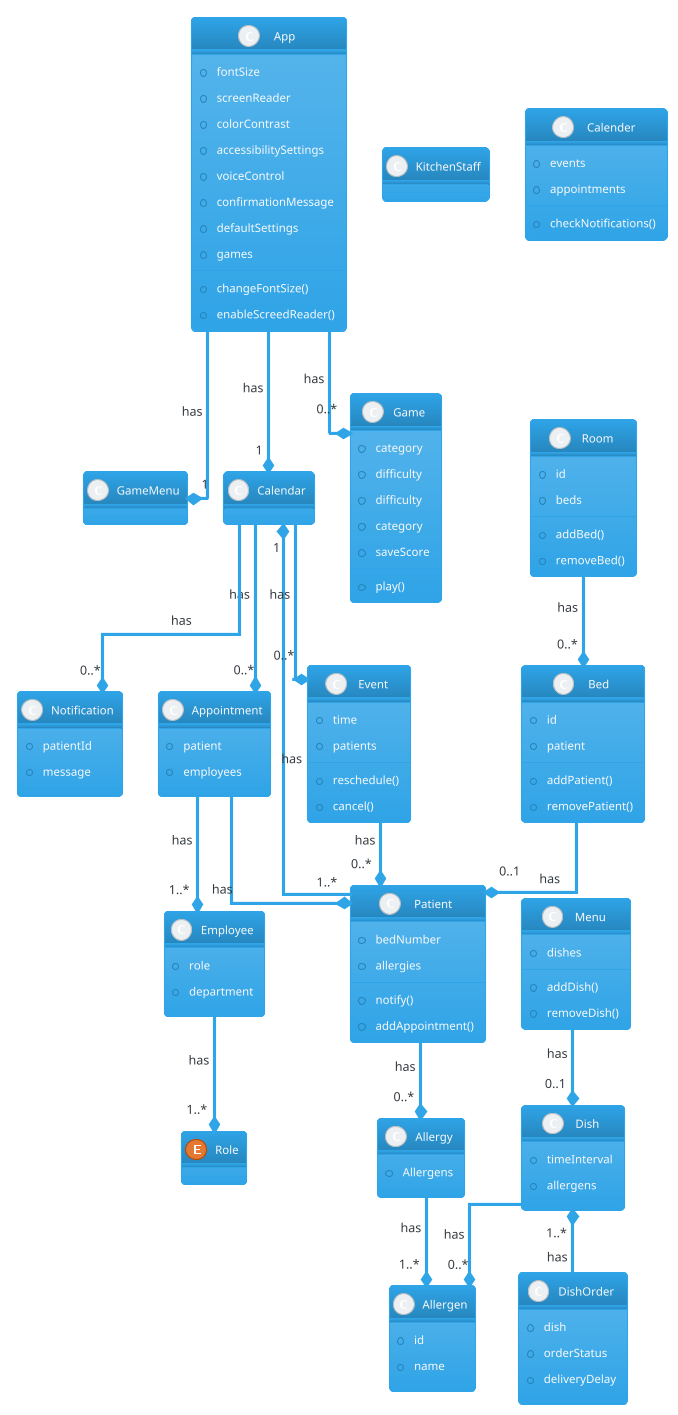
Above: puml/class-diagram.png in Oskar123456/SYSDAT-F25-TEAM-G (PlantUML), before the change.
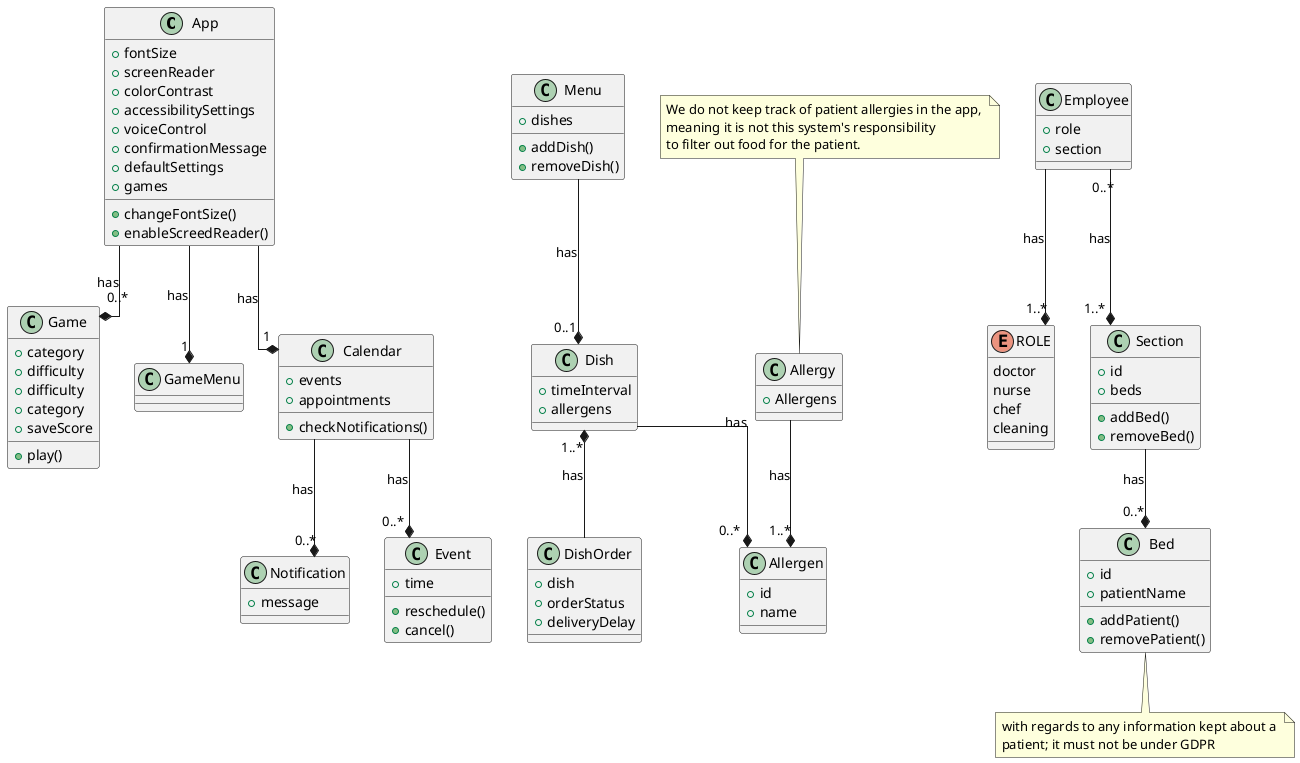
The same diagram one commit later.

The edit, as a diff of the source:
```diff
@@ -1,5 +1,4 @@
 @startuml
-!theme cerulean
 skinparam linetype ortho
 
 class App {
@@ -13,13 +12,6 @@
     +games
     +changeFontSize()
     +enableScreedReader()
-}
-
-class Patient {
-    +bedNumber
-    +allergies
-    +notify()
-    +addAppointment()
 }
 
 class Menu {
@@ -42,6 +34,11 @@
 class Allergy {
     +Allergens
 }
+note top of Allergy
+We do not keep track of patient allergies in the app,
+meaning it is not this system's responsibility
+to filter out food for the patient.
+end note
 
 class Allergen {
     +id
@@ -63,15 +60,11 @@
     +saveScore
 }
 
-class KitchenStaff {
-}
-
 class Notification {
-    +patientId
     +message
 }
 
-class Calender {
+class Calendar {
     +events
     +appointments
     +checkNotifications()
@@ -79,22 +72,23 @@
 
 class Event {
     +time
-    +patients
     +reschedule()
     +cancel()
 }
 
-class Appointment {
-    +patient
-    +employees
+class Employee {
+    +role
+    +section
 }
 
-class Employee {
-    +role
-    +department
+enum ROLE {
+    doctor
+    nurse
+    chef
+    cleaning
 }
 
-class Room {
+class Section {
     +id
     +beds
     +addBed()
@@ -103,32 +97,28 @@
 
 class Bed {
     +id
-    +patient
+    +patientName
     +addPatient()
     +removePatient()
 }
-
-enum Role
+note bottom of Bed
+with regards to any information kept about a
+patient; it must not be under GDPR
+end note
 
 
 App --* "1" GameMenu : has
 App --* "0..*" Game : has
 App --* "1" Calendar : has
-Patient --* "1" Calendar : has
-Patient --* "0..*" Allergy : has
 Allergy --* "1..*" Allergen : has
 Dish "1..*" *-- DishOrder : has
 Dish --* "0..*" Allergen : has
-Calendar --* "0..*" Appointment : has
 Calendar --* "0..*" Event : has
 Calendar --* "0..*" Notification : has
-Event --* "0..*" Patient : has
-Appointment --* "1..*" Patient : has
-Appointment --* "1..*" Employee : has
-Room --* "0..*" Bed : has
-Bed --* "0..1" Patient : has
+Section --* "0..*" Bed : has
 Menu --* "0..1" Dish : has
-Employee --* "1..*" Role : has
+Employee --* "1..*" ROLE : has
+Employee "0..*" --* "1..*" Section : has
 
 
 @enduml
```
